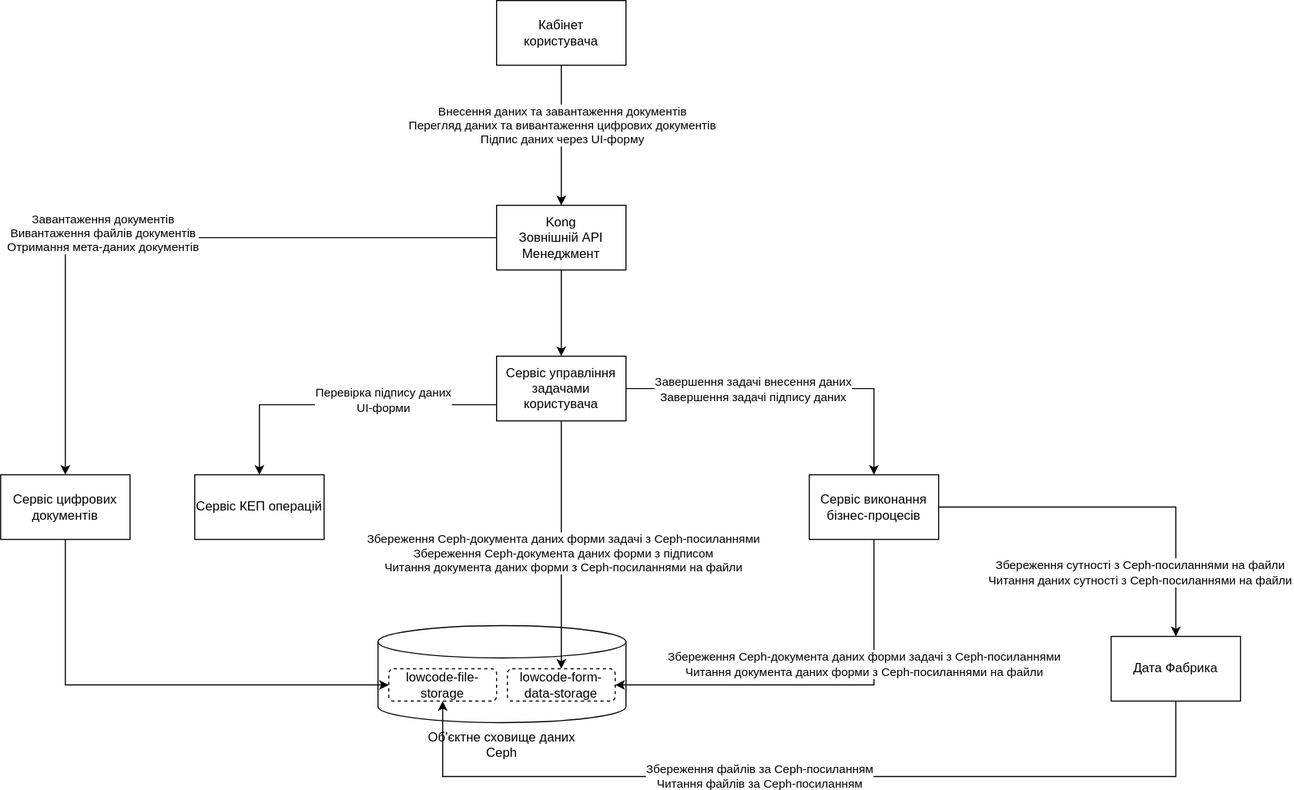
epam/edp-ddm-architecture keeps this draw.io diagram as modules/ROOT/images/lowcode/file-management.svg. Above is the earlier version. Source tidied: cells renumbered, new cells last; positions are measured from the earlier drawing's top-left corner, leaving out a move shared by most shapes. The source it was exported from:
```xml
<mxGraphModel>
  <root>
    <mxCell id="0" />
    <mxCell id="1" parent="0" />
    <mxCell id="2" style="edgeStyle=orthogonalEdgeStyle;rounded=0;sketch=0;jumpStyle=arc;jumpSize=14;jettySize=auto;html=1;shadow=0;exitX=1;exitY=0.5;exitDx=0;exitDy=0;" parent="1" edge="1" source="4" target="25">
      <mxGeometry relative="1" as="geometry" />
    </mxCell>
    <mxCell id="3" value="Збереження сутності з Ceph-посиланнями на файли&lt;br&gt;Читання даних сутності з Ceph-посиланнями на файли" style="edgeLabel;html=1;align=center;verticalAlign=middle;" parent="2" vertex="1">
      <mxGeometry x="-0.08" y="1" relative="1" as="geometry">
        <mxPoint x="30" y="61" as="offset" />
      </mxGeometry>
    </mxCell>
    <mxCell id="4" value="Сервіс виконання бізнес-процесів" style="rounded=0;whiteSpace=wrap;html=1;fontColor=#000000;" parent="1" vertex="1">
      <mxGeometry x="750" y="440" width="120" height="60" as="geometry" />
    </mxCell>
    <mxCell id="5" style="edgeStyle=orthogonalEdgeStyle;rounded=0;sketch=0;jumpStyle=arc;jumpSize=14;jettySize=auto;html=1;shadow=0;" parent="1" edge="1" source="6" target="21">
      <mxGeometry relative="1" as="geometry" />
    </mxCell>
    <mxCell id="6" value="Kong&lt;br&gt;Зовнішній API Менеджмент" style="rounded=0;whiteSpace=wrap;html=1;fontColor=#000000;" parent="1" vertex="1">
      <mxGeometry x="460" y="190" width="120" height="60" as="geometry" />
    </mxCell>
    <mxCell id="7" style="edgeStyle=orthogonalEdgeStyle;rounded=0;sketch=0;jumpStyle=arc;jumpSize=6;jettySize=auto;html=1;shadow=0;exitX=0.5;exitY=1;exitDx=0;exitDy=0;" parent="1" edge="1" source="9" target="6">
      <mxGeometry relative="1" as="geometry" />
    </mxCell>
    <mxCell id="8" value="Внесення даних та завантаження документів&lt;br&gt;Перегляд даних та вивантаження цифрових документів&lt;br&gt;Підпис даних через UI-форму" style="edgeLabel;html=1;align=center;verticalAlign=middle;" parent="7" vertex="1">
      <mxGeometry x="-0.16" relative="1" as="geometry" />
    </mxCell>
    <mxCell id="9" value="Кабінет &lt;br&gt;користувача" style="rounded=0;whiteSpace=wrap;html=1;fontColor=#000000;" parent="1" vertex="1">
      <mxGeometry x="460" width="120" height="60" as="geometry" />
    </mxCell>
    <mxCell id="10" value="Об'єктне сховище даних&lt;br&gt;Ceph" style="shape=cylinder3;whiteSpace=wrap;html=1;boundedLbl=1;backgroundOutline=1;size=15;fontColor=#000000;verticalAlign=top;labelPosition=center;verticalLabelPosition=bottom;align=center;" parent="1" vertex="1">
      <mxGeometry x="350" y="580" width="230" height="90" as="geometry" />
    </mxCell>
    <mxCell id="11" style="edgeStyle=orthogonalEdgeStyle;rounded=0;jettySize=auto;html=1;entryX=0;entryY=0.5;entryDx=0;entryDy=0;" parent="1" edge="1" source="12" target="26">
      <mxGeometry relative="1" as="geometry">
        <Array as="points">
          <mxPoint x="60" y="635" />
        </Array>
      </mxGeometry>
    </mxCell>
    <mxCell id="12" value="Сервіс цифрових документів" style="rounded=0;whiteSpace=wrap;html=1;fontColor=#000000;" parent="1" vertex="1">
      <mxGeometry y="440" width="120" height="60" as="geometry" />
    </mxCell>
    <mxCell id="13" style="edgeStyle=orthogonalEdgeStyle;rounded=0;sketch=0;jumpStyle=arc;jumpSize=14;jettySize=auto;html=1;shadow=0;exitX=0;exitY=0.5;exitDx=0;exitDy=0;" parent="1" edge="1" source="6" target="12">
      <mxGeometry relative="1" as="geometry" />
    </mxCell>
    <mxCell id="14" value="Завантаження документів&lt;br&gt;Вивантаження файлів документів&lt;br&gt;Отримання мета-даних документів" style="edgeLabel;html=1;align=center;verticalAlign=middle;" parent="13" vertex="1">
      <mxGeometry x="-0.03" y="2" relative="1" as="geometry">
        <mxPoint x="-65" y="-7" as="offset" />
      </mxGeometry>
    </mxCell>
    <mxCell id="15" style="edgeStyle=orthogonalEdgeStyle;rounded=0;sketch=0;jumpStyle=arc;jumpSize=14;jettySize=auto;html=1;shadow=0;exitX=0;exitY=0.75;exitDx=0;exitDy=0;" parent="1" edge="1" source="21" target="22">
      <mxGeometry relative="1" as="geometry" />
    </mxCell>
    <mxCell id="16" value="Перевірка підпису даних&lt;br&gt;UI-форми" style="edgeLabel;html=1;align=center;verticalAlign=middle;" parent="15" vertex="1">
      <mxGeometry x="-0.13" y="-1" relative="1" as="geometry">
        <mxPoint x="18" y="-4" as="offset" />
      </mxGeometry>
    </mxCell>
    <mxCell id="17" style="edgeStyle=orthogonalEdgeStyle;rounded=0;sketch=0;jumpStyle=arc;jumpSize=14;jettySize=auto;html=1;shadow=0;" parent="1" edge="1" source="21" target="27">
      <mxGeometry relative="1" as="geometry" />
    </mxCell>
    <mxCell id="18" value="Збереження Ceph-документа даних форми задачі з Ceph-посиланнями&lt;br&gt;Збереження Ceph-документа даних форми з підписом&lt;br&gt;Читання документа даних форми з Ceph-посиланнями на файли" style="edgeLabel;html=1;align=center;verticalAlign=middle;" parent="17" vertex="1">
      <mxGeometry x="0.06" y="1" relative="1" as="geometry" />
    </mxCell>
    <mxCell id="19" style="edgeStyle=orthogonalEdgeStyle;rounded=0;sketch=0;jumpStyle=arc;jumpSize=14;jettySize=auto;html=1;shadow=0;exitX=1;exitY=0.5;exitDx=0;exitDy=0;" parent="1" edge="1" source="21" target="4">
      <mxGeometry relative="1" as="geometry" />
    </mxCell>
    <mxCell id="20" value="Завершення задачі внесення даних&lt;br&gt;Завершення задачі підпису даних" style="edgeLabel;html=1;align=center;verticalAlign=middle;" parent="19" vertex="1">
      <mxGeometry x="0.32" y="-1" relative="1" as="geometry">
        <mxPoint x="-88" y="-1" as="offset" />
      </mxGeometry>
    </mxCell>
    <mxCell id="21" value="Сервіс управління задачами користувача" style="rounded=0;whiteSpace=wrap;html=1;fontColor=#000000;" parent="1" vertex="1">
      <mxGeometry x="460" y="330" width="120" height="60" as="geometry" />
    </mxCell>
    <mxCell id="22" value="Сервіс КЕП операцій" style="rounded=0;whiteSpace=wrap;html=1;fontColor=#000000;" parent="1" vertex="1">
      <mxGeometry x="180" y="440" width="120" height="60" as="geometry" />
    </mxCell>
    <mxCell id="23" style="edgeStyle=orthogonalEdgeStyle;rounded=0;sketch=0;jumpStyle=arc;jumpSize=14;jettySize=auto;html=1;entryX=0.5;entryY=1;entryDx=0;entryDy=0;shadow=0;exitX=0.5;exitY=1;exitDx=0;exitDy=0;" parent="1" edge="1" source="25" target="26">
      <mxGeometry relative="1" as="geometry">
        <Array as="points">
          <mxPoint x="1090" y="720" />
          <mxPoint x="410" y="720" />
        </Array>
      </mxGeometry>
    </mxCell>
    <mxCell id="24" value="Збереження файлів за Ceph-посиланням&lt;br&gt;Читання файлів за Ceph-посиланням" style="edgeLabel;html=1;align=center;verticalAlign=middle;" parent="23" vertex="1">
      <mxGeometry x="0.11" y="-1" relative="1" as="geometry" />
    </mxCell>
    <mxCell id="25" value="Дата Фабрика" style="rounded=0;whiteSpace=wrap;html=1;fontColor=#000000;" parent="1" vertex="1">
      <mxGeometry x="1030" y="590" width="120" height="60" as="geometry" />
    </mxCell>
    <mxCell id="26" value="lowcode-file-storage" style="rounded=1;whiteSpace=wrap;html=1;verticalAlign=middle;dashed=1;" parent="1" vertex="1">
      <mxGeometry x="360" y="620" width="100" height="30" as="geometry" />
    </mxCell>
    <mxCell id="27" value="lowcode-form-data-storage" style="rounded=1;whiteSpace=wrap;html=1;verticalAlign=middle;dashed=1;" parent="1" vertex="1">
      <mxGeometry x="470" y="620" width="100" height="30" as="geometry" />
    </mxCell>
    <mxCell id="28" style="edgeStyle=orthogonalEdgeStyle;rounded=0;sketch=0;jumpStyle=arc;jumpSize=14;jettySize=auto;html=1;entryX=1;entryY=0.5;entryDx=0;entryDy=0;shadow=0;exitX=0.5;exitY=1;exitDx=0;exitDy=0;" parent="1" edge="1" source="4" target="27">
      <mxGeometry relative="1" as="geometry" />
    </mxCell>
    <mxCell id="29" value="Збереження Ceph-документа даних форми задачі з Ceph-посиланнями&lt;br&gt;Читання документа даних форми з Ceph-посиланнями на файли" style="edgeLabel;html=1;align=center;verticalAlign=middle;" parent="28" vertex="1">
      <mxGeometry x="0.18" y="-2" relative="1" as="geometry">
        <mxPoint x="76" y="-18" as="offset" />
      </mxGeometry>
    </mxCell>
  </root>
</mxGraphModel>
```
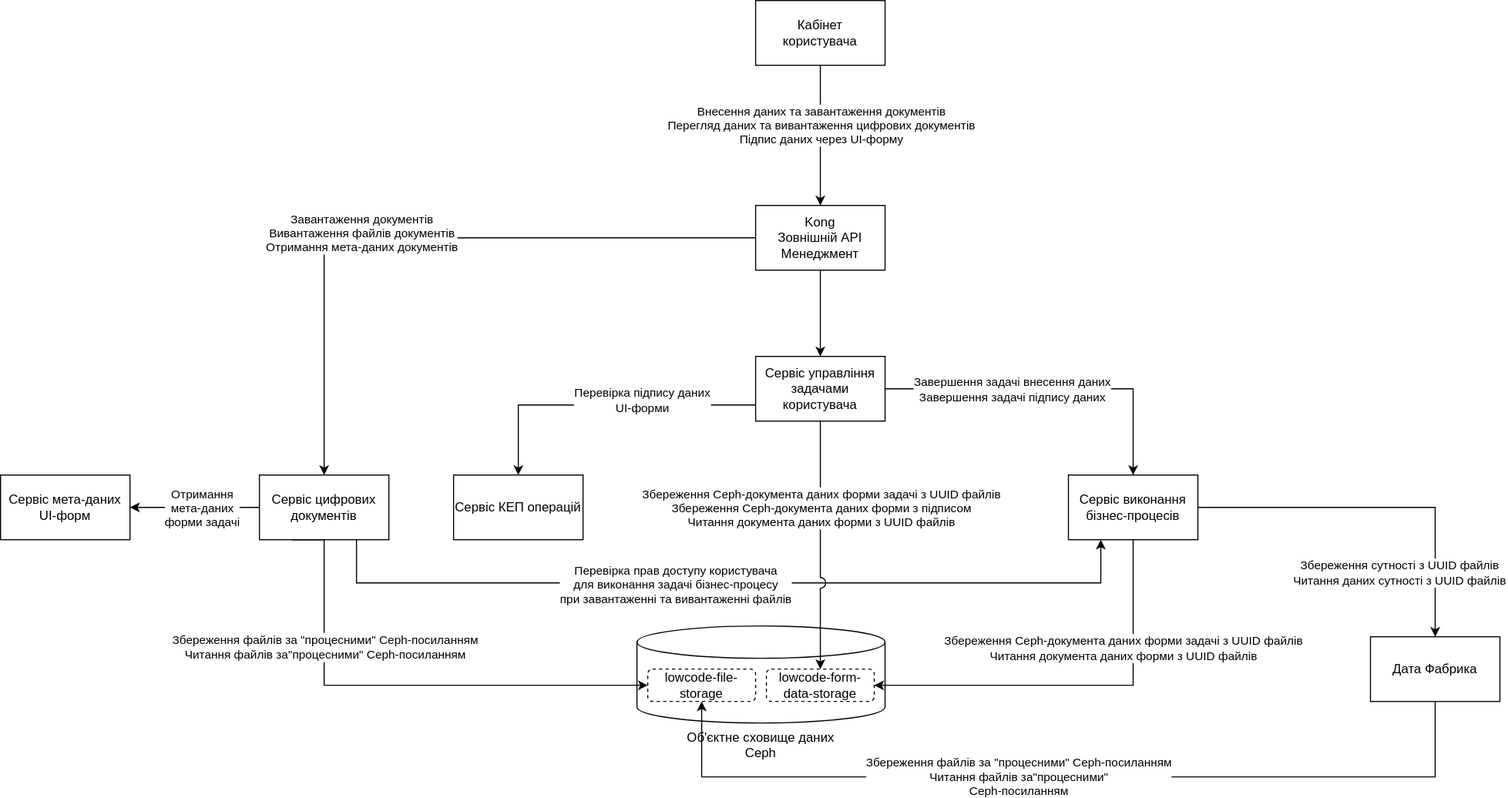
The same file after the commit.

Change to the diagram source:
```diff
@@ -5,7 +5,7 @@
     <mxCell id="2" style="edgeStyle=orthogonalEdgeStyle;rounded=0;sketch=0;jumpStyle=arc;jumpSize=14;jettySize=auto;html=1;shadow=0;exitX=1;exitY=0.5;exitDx=0;exitDy=0;" parent="1" edge="1" source="4" target="25">
       <mxGeometry relative="1" as="geometry" />
     </mxCell>
-    <mxCell id="3" value="Збереження сутності з Ceph-посиланнями на файли&lt;br&gt;Читання даних сутності з Ceph-посиланнями на файли" style="edgeLabel;html=1;align=center;verticalAlign=middle;" parent="2" vertex="1">
+    <mxCell id="3" value="Збереження сутності з UUID файлів&lt;br&gt;Читання даних сутності з UUID файлів" style="edgeLabel;html=1;align=center;verticalAlign=middle;" parent="2" vertex="1">
       <mxGeometry x="-0.08" y="1" relative="1" as="geometry">
         <mxPoint x="30" y="61" as="offset" />
       </mxGeometry>
@@ -31,13 +31,36 @@
     <mxCell id="10" value="Об'єктне сховище даних&lt;br&gt;Ceph" style="shape=cylinder3;whiteSpace=wrap;html=1;boundedLbl=1;backgroundOutline=1;size=15;fontColor=#000000;verticalAlign=top;labelPosition=center;verticalLabelPosition=bottom;align=center;" parent="1" vertex="1">
       <mxGeometry x="350" y="580" width="230" height="90" as="geometry" />
     </mxCell>
-    <mxCell id="11" style="edgeStyle=orthogonalEdgeStyle;rounded=0;jettySize=auto;html=1;entryX=0;entryY=0.5;entryDx=0;entryDy=0;" parent="1" edge="1" source="12" target="26">
+    <mxCell id="11" style="edgeStyle=orthogonalEdgeStyle;rounded=0;jettySize=auto;html=1;entryX=0;entryY=0.5;entryDx=0;entryDy=0;exitX=0.25;exitY=1;exitDx=0;exitDy=0;" parent="1" edge="1" source="12" target="26">
       <mxGeometry relative="1" as="geometry">
         <Array as="points">
+          <mxPoint x="60" y="500" />
           <mxPoint x="60" y="635" />
         </Array>
       </mxGeometry>
     </mxCell>
+    <mxCell id="30" value="Збереження файлів за &quot;процесними&quot; Ceph-посиланням&lt;br&gt;Читання файлів за&quot;процесними&quot; Ceph-посиланням" style="edgeLabel;html=1;align=center;verticalAlign=middle;" parent="11" vertex="1">
+      <mxGeometry x="-0.45" relative="1" as="geometry" />
+    </mxCell>
+    <mxCell id="31" style="edgeStyle=orthogonalEdgeStyle;rounded=0;jettySize=auto;html=1;" parent="1" edge="1" source="12" target="35">
+      <mxGeometry relative="1" as="geometry" />
+    </mxCell>
+    <mxCell id="32" value="Отримання &lt;br&gt;мета-даних&lt;br&gt;форми задачі" style="edgeLabel;html=1;align=center;verticalAlign=middle;" parent="31" vertex="1">
+      <mxGeometry x="-0.27" y="-1" relative="1" as="geometry">
+        <mxPoint x="-10" y="1" as="offset" />
+      </mxGeometry>
+    </mxCell>
+    <mxCell id="33" style="edgeStyle=orthogonalEdgeStyle;rounded=0;jettySize=auto;html=1;entryX=0.25;entryY=1;entryDx=0;entryDy=0;jumpSize=1;exitX=0.75;exitY=1;exitDx=0;exitDy=0;" parent="1" edge="1" source="12" target="4">
+      <mxGeometry relative="1" as="geometry">
+        <Array as="points">
+          <mxPoint x="90" y="540" />
+          <mxPoint x="780" y="540" />
+        </Array>
+      </mxGeometry>
+    </mxCell>
+    <mxCell id="34" value="Перевірка прав доступу користувача&lt;br&gt;для виконання задачі бізнес-процесу&lt;br&gt;при завантаженні та вивантаженні файлів" style="edgeLabel;html=1;align=center;verticalAlign=middle;" parent="33" vertex="1">
+      <mxGeometry x="-0.13" y="-1" relative="1" as="geometry" />
+    </mxCell>
     <mxCell id="12" value="Сервіс цифрових документів" style="rounded=0;whiteSpace=wrap;html=1;fontColor=#000000;" parent="1" vertex="1">
       <mxGeometry y="440" width="120" height="60" as="geometry" />
     </mxCell>
@@ -57,11 +80,13 @@
         <mxPoint x="18" y="-4" as="offset" />
       </mxGeometry>
     </mxCell>
-    <mxCell id="17" style="edgeStyle=orthogonalEdgeStyle;rounded=0;sketch=0;jumpStyle=arc;jumpSize=14;jettySize=auto;html=1;shadow=0;" parent="1" edge="1" source="21" target="27">
+    <mxCell id="17" style="edgeStyle=orthogonalEdgeStyle;rounded=0;sketch=0;jumpStyle=arc;jumpSize=10;jettySize=auto;html=1;shadow=0;" parent="1" edge="1" source="21" target="27">
       <mxGeometry relative="1" as="geometry" />
     </mxCell>
-    <mxCell id="18" value="Збереження Ceph-документа даних форми задачі з Ceph-посиланнями&lt;br&gt;Збереження Ceph-документа даних форми з підписом&lt;br&gt;Читання документа даних форми з Ceph-посиланнями на файли" style="edgeLabel;html=1;align=center;verticalAlign=middle;" parent="17" vertex="1">
-      <mxGeometry x="0.06" y="1" relative="1" as="geometry" />
+    <mxCell id="18" value="Збереження Ceph-документа даних форми задачі з UUID файлів&lt;br&gt;Збереження Ceph-документа даних форми з підписом&lt;br&gt;Читання документа даних форми з UUID файлів" style="edgeLabel;html=1;align=center;verticalAlign=middle;" parent="17" vertex="1">
+      <mxGeometry x="0.06" y="1" relative="1" as="geometry">
+        <mxPoint x="-1" y="-42" as="offset" />
+      </mxGeometry>
     </mxCell>
     <mxCell id="19" style="edgeStyle=orthogonalEdgeStyle;rounded=0;sketch=0;jumpStyle=arc;jumpSize=14;jettySize=auto;html=1;shadow=0;exitX=1;exitY=0.5;exitDx=0;exitDy=0;" parent="1" edge="1" source="21" target="4">
       <mxGeometry relative="1" as="geometry" />
@@ -85,7 +110,7 @@
         </Array>
       </mxGeometry>
     </mxCell>
-    <mxCell id="24" value="Збереження файлів за Ceph-посиланням&lt;br&gt;Читання файлів за Ceph-посиланням" style="edgeLabel;html=1;align=center;verticalAlign=middle;" parent="23" vertex="1">
+    <mxCell id="24" value="Збереження файлів за &quot;процесними&quot; Ceph-посиланням&lt;br&gt;Читання файлів за&quot;процесними&quot;&lt;br&gt;Ceph-посиланням" style="edgeLabel;html=1;align=center;verticalAlign=middle;" parent="23" vertex="1">
       <mxGeometry x="0.11" y="-1" relative="1" as="geometry" />
     </mxCell>
     <mxCell id="25" value="Дата Фабрика" style="rounded=0;whiteSpace=wrap;html=1;fontColor=#000000;" parent="1" vertex="1">
@@ -100,10 +125,13 @@
     <mxCell id="28" style="edgeStyle=orthogonalEdgeStyle;rounded=0;sketch=0;jumpStyle=arc;jumpSize=14;jettySize=auto;html=1;entryX=1;entryY=0.5;entryDx=0;entryDy=0;shadow=0;exitX=0.5;exitY=1;exitDx=0;exitDy=0;" parent="1" edge="1" source="4" target="27">
       <mxGeometry relative="1" as="geometry" />
     </mxCell>
-    <mxCell id="29" value="Збереження Ceph-документа даних форми задачі з Ceph-посиланнями&lt;br&gt;Читання документа даних форми з Ceph-посиланнями на файли" style="edgeLabel;html=1;align=center;verticalAlign=middle;" parent="28" vertex="1">
+    <mxCell id="29" value="Збереження Ceph-документа даних форми задачі з UUID файлів&lt;br&gt;Читання документа даних форми з UUID файлів" style="edgeLabel;html=1;align=center;verticalAlign=middle;" parent="28" vertex="1">
       <mxGeometry x="0.18" y="-2" relative="1" as="geometry">
-        <mxPoint x="76" y="-18" as="offset" />
+        <mxPoint x="76" y="-33" as="offset" />
       </mxGeometry>
     </mxCell>
+    <mxCell id="35" value="Сервіс мета-даних UI-форм" style="rounded=0;whiteSpace=wrap;html=1;fontColor=#000000;" parent="1" vertex="1">
+      <mxGeometry x="-240" y="440" width="120" height="60" as="geometry" />
+    </mxCell>
   </root>
 </mxGraphModel>
```
